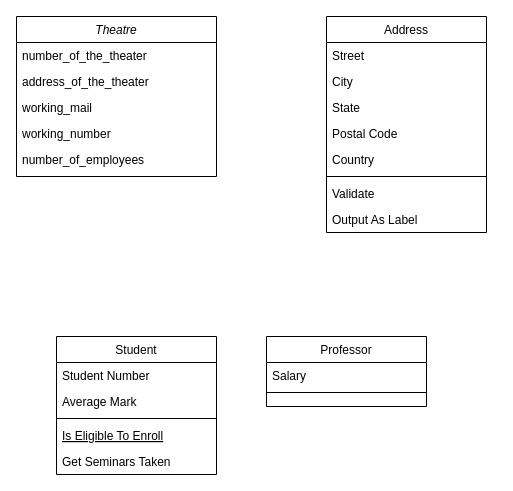
This is Диаграмма без названия.drawio from Kirillovq/Who-, a draw.io file, before an edit. Source tidied: cells renumbered, new cells numbered last; positions are measured from the earlier drawing's top-left corner, leaving out a move shared by most shapes. Both pictures are drawn from the tidied source at 100%, with x=0, y=0 at pixel (16, 16).
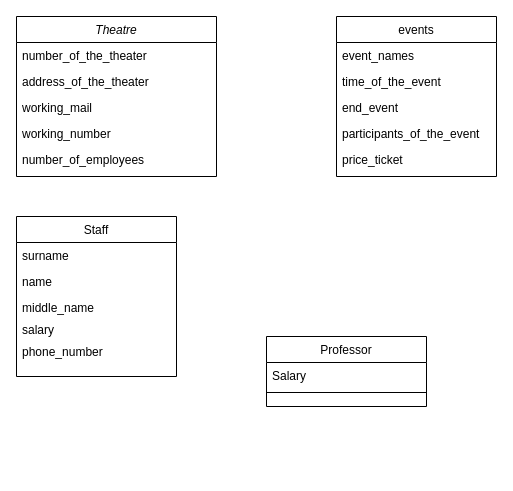
After the change.

Change to the diagram source:
```diff
@@
-    <mxCell id="8" value="Student" style="swimlane;fontStyle=0;align=center;verticalAlign=top;horizontal=1;startSize=26;rounded=0;shadow=0;strokeWidth=1;" parent="1" vertex="1">
-      <mxGeometry x="40" y="320" width="160" height="138" as="geometry" />
+    <mxCell id="8" value="Staff" style="swimlane;fontStyle=0;align=center;verticalAlign=top;horizontal=1;startSize=26;rounded=0;shadow=0;strokeWidth=1;" parent="1" vertex="1">
+      <mxGeometry y="200" width="160" height="160" as="geometry" />
     </mxCell>
-    <mxCell id="9" value="Student Number" style="text;align=left;verticalAlign=top;spacingLeft=4;spacingRight=4;overflow=hidden;" parent="8" vertex="1">
+    <mxCell id="9" value="surname" style="text;align=left;verticalAlign=top;spacingLeft=4;spacingRight=4;overflow=hidden;" parent="8" vertex="1">
       <mxGeometry y="26" width="160" height="26" as="geometry" />
     </mxCell>
-    <mxCell id="10" value="Average Mark" style="text;align=left;verticalAlign=top;spacingLeft=4;spacingRight=4;overflow=hidden;rounded=0;shadow=0;html=0;" parent="8" vertex="1">
+    <mxCell id="10" value="name" style="text;align=left;verticalAlign=top;spacingLeft=4;spacingRight=4;overflow=hidden;rounded=0;shadow=0;html=0;" parent="8" vertex="1">
       <mxGeometry y="52" width="160" height="26" as="geometry" />
     </mxCell>
-    <mxCell id="11" style="line;html=1;strokeWidth=1;align=left;verticalAlign=middle;spacingTop=-1;spacingLeft=3;spacingRight=3;labelPosition=right;" parent="8" vertex="1">
-      <mxGeometry y="78" width="160" height="8" as="geometry" />
-    </mxCell>
-    <mxCell id="12" value="Is Eligible To Enroll" style="text;align=left;verticalAlign=top;spacingLeft=4;spacingRight=4;overflow=hidden;fontStyle=4;" parent="8" vertex="1">
-      <mxGeometry y="86" width="160" height="26" as="geometry" />
-    </mxCell>
-    <mxCell id="13" value="Get Seminars Taken" style="text;align=left;verticalAlign=top;spacingLeft=4;spacingRight=4;overflow=hidden;" parent="8" vertex="1">
-      <mxGeometry y="112" width="160" height="26" as="geometry" />
+    <mxCell id="13" value="middle_name" style="text;align=left;verticalAlign=top;spacingLeft=4;spacingRight=4;overflow=hidden;" parent="8" vertex="1">
+      <mxGeometry y="78" width="160" height="22" as="geometry" />
     </mxCell>
+    <mxCell id="26" value="salary" style="text;align=left;verticalAlign=top;spacingLeft=4;spacingRight=4;overflow=hidden;" parent="8" vertex="1">
+      <mxGeometry y="100" width="160" height="22" as="geometry" />
+    </mxCell>
+    <mxCell id="27" value="phone_number" style="text;align=left;verticalAlign=top;spacingLeft=4;spacingRight=4;overflow=hidden;" parent="8" vertex="1">
+      <mxGeometry y="122" width="160" height="22" as="geometry" />
+    </mxCell>
@@
-    <mxCell id="17" value="Address" style="swimlane;fontStyle=0;align=center;verticalAlign=top;horizontal=1;startSize=26;rounded=0;shadow=0;strokeWidth=1;" parent="1" vertex="1">
-      <mxGeometry x="310" width="160" height="216" as="geometry" />
+    <mxCell id="17" value="events" style="swimlane;fontStyle=0;align=center;verticalAlign=top;horizontal=1;startSize=26;rounded=0;shadow=0;strokeWidth=1;" parent="1" vertex="1">
+      <mxGeometry x="320" width="160" height="160" as="geometry" />
     </mxCell>
-    <mxCell id="18" value="Street" style="text;align=left;verticalAlign=top;spacingLeft=4;spacingRight=4;overflow=hidden;" parent="17" vertex="1">
+    <mxCell id="18" value="еvent_names" style="text;align=left;verticalAlign=top;spacingLeft=4;spacingRight=4;overflow=hidden;" parent="17" vertex="1">
       <mxGeometry y="26" width="160" height="26" as="geometry" />
     </mxCell>
-    <mxCell id="19" value="City" style="text;align=left;verticalAlign=top;spacingLeft=4;spacingRight=4;overflow=hidden;rounded=0;shadow=0;html=0;" parent="17" vertex="1">
+    <mxCell id="19" value="time_of_the_event" style="text;align=left;verticalAlign=top;spacingLeft=4;spacingRight=4;overflow=hidden;rounded=0;shadow=0;html=0;" parent="17" vertex="1">
       <mxGeometry y="52" width="160" height="26" as="geometry" />
     </mxCell>
-    <mxCell id="20" value="State" style="text;align=left;verticalAlign=top;spacingLeft=4;spacingRight=4;overflow=hidden;rounded=0;shadow=0;html=0;" parent="17" vertex="1">
+    <mxCell id="20" value="end_event" style="text;align=left;verticalAlign=top;spacingLeft=4;spacingRight=4;overflow=hidden;rounded=0;shadow=0;html=0;" parent="17" vertex="1">
       <mxGeometry y="78" width="160" height="26" as="geometry" />
     </mxCell>
-    <mxCell id="21" value="Postal Code" style="text;align=left;verticalAlign=top;spacingLeft=4;spacingRight=4;overflow=hidden;rounded=0;shadow=0;html=0;" parent="17" vertex="1">
+    <mxCell id="21" value="participants_of_the_event" style="text;align=left;verticalAlign=top;spacingLeft=4;spacingRight=4;overflow=hidden;rounded=0;shadow=0;html=0;" parent="17" vertex="1">
       <mxGeometry y="104" width="160" height="26" as="geometry" />
     </mxCell>
-    <mxCell id="22" value="Country" style="text;align=left;verticalAlign=top;spacingLeft=4;spacingRight=4;overflow=hidden;rounded=0;shadow=0;html=0;" parent="17" vertex="1">
+    <mxCell id="22" value="price_ticket" style="text;align=left;verticalAlign=top;spacingLeft=4;spacingRight=4;overflow=hidden;rounded=0;shadow=0;html=0;" parent="17" vertex="1">
       <mxGeometry y="130" width="160" height="26" as="geometry" />
     </mxCell>
-    <mxCell id="23" style="line;html=1;strokeWidth=1;align=left;verticalAlign=middle;spacingTop=-1;spacingLeft=3;spacingRight=3;labelPosition=right;" parent="17" vertex="1">
-      <mxGeometry y="156" width="160" height="8" as="geometry" />
-    </mxCell>
-    <mxCell id="24" value="Validate" style="text;align=left;verticalAlign=top;spacingLeft=4;spacingRight=4;overflow=hidden;" parent="17" vertex="1">
-      <mxGeometry y="164" width="160" height="26" as="geometry" />
-    </mxCell>
-    <mxCell id="25" value="Output As Label" style="text;align=left;verticalAlign=top;spacingLeft=4;spacingRight=4;overflow=hidden;" parent="17" vertex="1">
-      <mxGeometry y="190" width="160" height="26" as="geometry" />
-    </mxCell>
```
